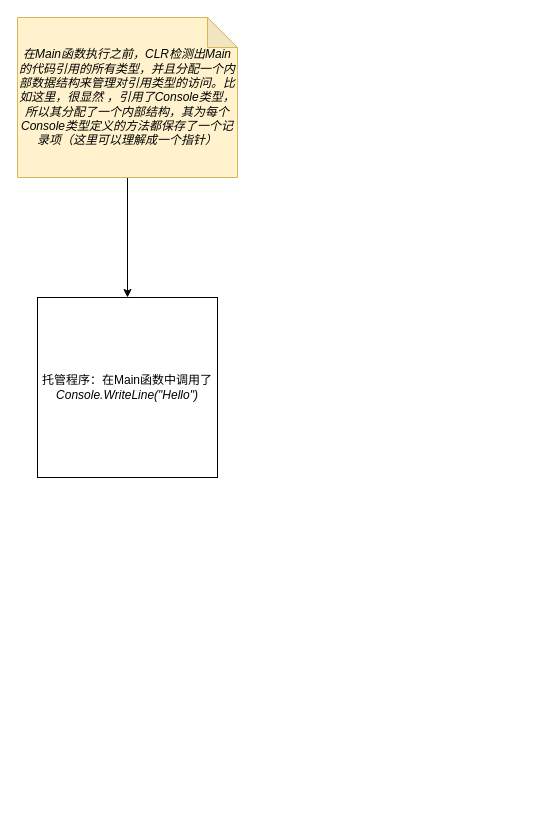
Before: assets/img/drawio/console-writeline-with-clr.drawio in KamenRiderKuuga/kamenriderkuuga.github.io, a draw.io diagram. Source tidied: cells renumbered, new cells numbered last; positions are measured from the earlier drawing's top-left corner, leaving out a move shared by most shapes. Both pictures are drawn from the tidied source at 100%, with x=0, y=0 at pixel (17, 17).
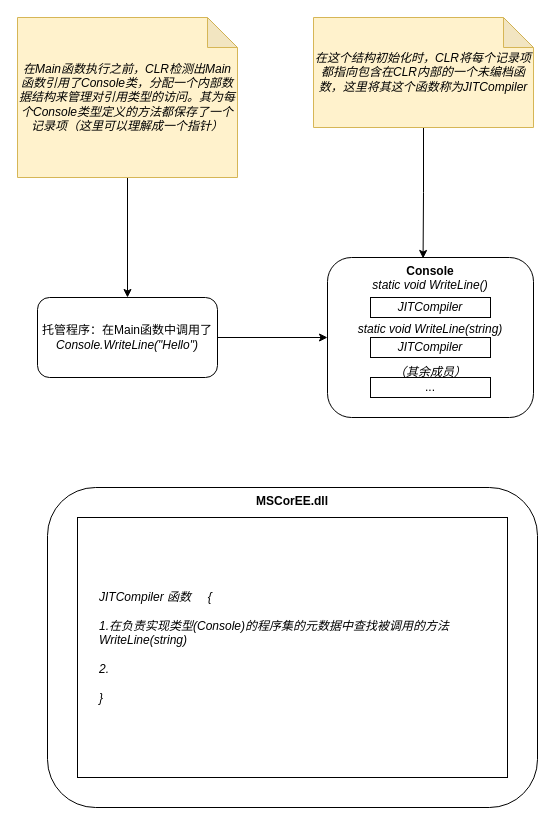
The same page after the edit.

Diff of the diagram source:
```diff
@@
 <mxGraphModel>
   <root>
     <mxCell id="0" />
     <mxCell id="1" parent="0" />
+    <mxCell id="5" style="edgeStyle=orthogonalEdgeStyle;rounded=0;jettySize=auto;html=1;entryX=0;entryY=0.5;entryDx=0;entryDy=0;" parent="1" edge="1" source="2" target="6">
+      <mxGeometry relative="1" as="geometry" />
+    </mxCell>
-    <mxCell id="2" value="托管程序：在Main函数中调用了&lt;i&gt;Console.WriteLine(&quot;Hello&quot;)&lt;/i&gt;" style="whiteSpace=wrap;html=1;" parent="1" vertex="1">
-      <mxGeometry x="20" y="280" width="180" height="180" as="geometry" />
+    <mxCell id="2" value="托管程序：在Main函数中调用了&lt;i&gt;Console.WriteLine(&quot;Hello&quot;)&lt;/i&gt;" style="whiteSpace=wrap;html=1;rounded=1;" parent="1" vertex="1">
+      <mxGeometry x="20" y="280" width="180" height="80" as="geometry" />
     </mxCell>
     <mxCell id="3" style="edgeStyle=orthogonalEdgeStyle;rounded=0;jettySize=auto;html=1;entryX=0.5;entryY=0;entryDx=0;entryDy=0;" parent="1" edge="1" source="4" target="2">
       <mxGeometry relative="1" as="geometry" />
     </mxCell>
-    <mxCell id="4" value="&lt;i&gt;在Main函数执行之前，CLR检测出Main的代码引用的所有类型，并且分配一个内部数据结构来管理对引用类型的访问。比如这里，很显然 ，引用了Console类型，所以其分配了一个内部结构，其为每个Console类型定义的方法都保存了一个记录项（这里可以理解成一个指针）&lt;/i&gt;" style="shape=note;whiteSpace=wrap;html=1;backgroundOutline=1;darkOpacity=0.05;fillColor=#fff2cc;strokeColor=#d6b656;" parent="1" vertex="1">
+    <mxCell id="4" value="&lt;i&gt;在Main函数执行之前，CLR检测出Main函数引用了Console类，分配一个内部数据结构来管理对引用类型的访问。其为每个Console类型定义的方法都保存了一个记录项（这里可以理解成一个指针）&lt;/i&gt;" style="shape=note;whiteSpace=wrap;html=1;backgroundOutline=1;darkOpacity=0.05;fillColor=#fff2cc;strokeColor=#d6b656;" parent="1" vertex="1">
       <mxGeometry width="220" height="160" as="geometry" />
     </mxCell>
+    <mxCell id="6" value="&lt;b&gt;Console&lt;/b&gt;&lt;br&gt;&lt;i&gt;static void WriteLine()&lt;br&gt;&lt;br&gt;&lt;br&gt;&lt;/i&gt;&lt;i&gt;static void WriteLine(string)&lt;br&gt;&lt;/i&gt;&lt;i&gt;&lt;br&gt;&lt;br&gt;&lt;/i&gt;&lt;i&gt;（其余成员）&lt;br&gt;&lt;/i&gt;" style="rounded=1;whiteSpace=wrap;html=1;align=center;verticalAlign=top;" parent="1" vertex="1">
+      <mxGeometry x="310" y="240" width="206" height="160" as="geometry" />
+    </mxCell>
+    <mxCell id="7" value="&lt;i&gt;JITCompiler&lt;/i&gt;" style="rounded=0;whiteSpace=wrap;html=1;" parent="1" vertex="1">
+      <mxGeometry x="353" y="280" width="120" height="20" as="geometry" />
+    </mxCell>
+    <mxCell id="8" value="&lt;i&gt;JITCompiler&lt;/i&gt;" style="rounded=0;whiteSpace=wrap;html=1;" parent="1" vertex="1">
+      <mxGeometry x="353" y="320" width="120" height="20" as="geometry" />
+    </mxCell>
+    <mxCell id="9" value="..." style="rounded=0;whiteSpace=wrap;html=1;" parent="1" vertex="1">
+      <mxGeometry x="353" y="360" width="120" height="20" as="geometry" />
+    </mxCell>
+    <mxCell id="10" style="edgeStyle=orthogonalEdgeStyle;rounded=0;jettySize=auto;html=1;entryX=0.464;entryY=0.006;entryDx=0;entryDy=0;entryPerimeter=0;" parent="1" edge="1" source="11" target="6">
+      <mxGeometry relative="1" as="geometry" />
+    </mxCell>
+    <mxCell id="11" value="&lt;i&gt;在这个结构初始化时，CLR将每个记录项都指向包含在CLR内部的一个未编档函数，这里将其这个函数称为JITCompiler&lt;br&gt;&lt;/i&gt;" style="shape=note;whiteSpace=wrap;html=1;backgroundOutline=1;darkOpacity=0.05;fillColor=#fff2cc;strokeColor=#d6b656;" parent="1" vertex="1">
+      <mxGeometry x="296" width="220" height="110" as="geometry" />
+    </mxCell>
+    <mxCell id="12" style="whiteSpace=wrap;html=1;rounded=1;align=center;" parent="1" vertex="1">
+      <mxGeometry x="30" y="470" width="490" height="320" as="geometry" />
+    </mxCell>
+    <mxCell id="13" style="whiteSpace=wrap;html=1;rounded=0;align=center;" parent="1" vertex="1">
+      <mxGeometry x="60" y="500" width="430" height="260" as="geometry" />
+    </mxCell>
+    <mxCell id="14" value="&lt;b&gt;MSCorEE.dll&lt;/b&gt;" style="text;html=1;strokeColor=none;fillColor=none;align=center;verticalAlign=middle;whiteSpace=wrap;rounded=0;" parent="1" vertex="1">
+      <mxGeometry x="255" y="474" width="40" height="20" as="geometry" />
+    </mxCell>
+    <mxCell id="15" value="&lt;i&gt;JITCompiler 函数&amp;nbsp; &amp;nbsp; &amp;nbsp;{&lt;br&gt;&lt;br&gt;1.在负责实现类型(Console)的程序集的元数据中查找被调用的方法WriteLine(string)&lt;br&gt;&lt;br&gt;2.&lt;br&gt;&lt;br&gt;}&lt;/i&gt;" style="text;html=1;strokeColor=none;fillColor=none;align=left;verticalAlign=middle;whiteSpace=wrap;rounded=0;" parent="1" vertex="1">
+      <mxGeometry x="80" y="520" width="390" height="220" as="geometry" />
+    </mxCell>
   </root>
 </mxGraphModel>
```
